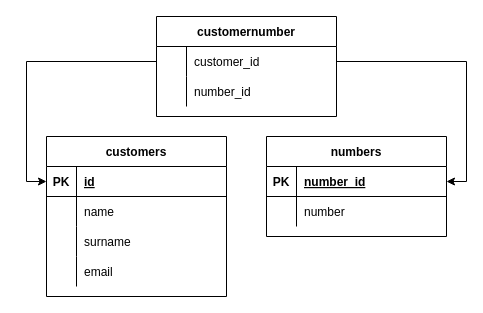
The draw.io diagram DB_Python.drawio in KeplerXIII/DB_Python, before the edit. Source tidied: cells renumbered, new cells numbered last; positions are measured from the earlier drawing's top-left corner, leaving out a move shared by most shapes. Both pictures are drawn from the tidied source at 100%, with x=0, y=0 at pixel (46, 16).
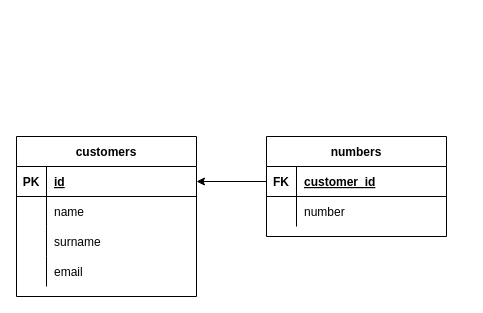
Above is the later version.

Unchanged cells that the change refers to:
```xml
<mxCell id="3" style="shape=tableRow;horizontal=0;startSize=0;swimlaneHead=0;swimlaneBody=0;fillColor=none;points=[[0,0.5],[1,0.5]];portConstraint=eastwest;top=0;left=0;right=0;bottom=1;" parent="2" vertex="1">
  <mxGeometry y="30" width="180" height="30" as="geometry" />
</mxCell>
<mxCell id="16" style="shape=tableRow;horizontal=0;startSize=0;swimlaneHead=0;swimlaneBody=0;fillColor=none;points=[[0,0.5],[1,0.5]];portConstraint=eastwest;top=0;left=0;right=0;bottom=1;" parent="15" vertex="1">
  <mxGeometry y="30" width="180" height="30" as="geometry" />
</mxCell>
```

Diff of the diagram source:
```diff
@@
     <mxCell id="2" value="customers" style="shape=table;startSize=30;childLayout=tableLayout;rowLines=0;fontStyle=1;align=center;" parent="1" vertex="1">
-      <mxGeometry y="120" width="180" height="160" as="geometry" />
+      <mxGeometry x="-30" y="120" width="180" height="160" as="geometry" />
     </mxCell>
@@
-    <mxCell id="17" value="PK" style="shape=partialRectangle;fillColor=none;top=0;left=0;bottom=0;right=0;fontStyle=1;overflow=hidden;" parent="16" vertex="1">
+    <mxCell id="17" value="FK" style="shape=partialRectangle;fillColor=none;top=0;left=0;bottom=0;right=0;fontStyle=1;overflow=hidden;" parent="16" vertex="1">
       <mxGeometry width="30" height="30" as="geometry" />
     </mxCell>
-    <mxCell id="18" value="number_id" style="shape=partialRectangle;fillColor=none;top=0;left=0;bottom=0;right=0;align=left;spacingLeft=6;fontStyle=5;overflow=hidden;" parent="16" vertex="1">
+    <mxCell id="18" value="customer_id" style="shape=partialRectangle;fillColor=none;top=0;left=0;bottom=0;right=0;align=left;spacingLeft=6;fontStyle=5;overflow=hidden;" parent="16" vertex="1">
       <mxGeometry x="30" width="150" height="30" as="geometry" />
     </mxCell>
@@
-    <mxCell id="22" value="customernumber" style="shape=table;startSize=30;childLayout=tableLayout;rowLines=0;fontStyle=1;align=center;" parent="1" vertex="1">
-      <mxGeometry x="110" width="180" height="100" as="geometry" />
-    </mxCell>
-    <mxCell id="23" style="shape=tableRow;horizontal=0;startSize=0;swimlaneHead=0;swimlaneBody=0;fillColor=none;points=[[0,0.5],[1,0.5]];portConstraint=eastwest;top=0;left=0;right=0;bottom=0;" parent="22" vertex="1">
-      <mxGeometry y="30" width="180" height="30" as="geometry" />
-    </mxCell>
-    <mxCell id="24" style="shape=partialRectangle;fillColor=none;top=0;left=0;bottom=0;right=0;overflow=hidden;" parent="23" vertex="1">
-      <mxGeometry width="30" height="30" as="geometry" />
-    </mxCell>
-    <mxCell id="25" value="customer_id" style="shape=partialRectangle;fillColor=none;top=0;left=0;bottom=0;right=0;align=left;spacingLeft=6;overflow=hidden;" parent="23" vertex="1">
-      <mxGeometry x="30" width="150" height="30" as="geometry" />
-    </mxCell>
-    <mxCell id="26" style="shape=tableRow;horizontal=0;startSize=0;swimlaneHead=0;swimlaneBody=0;fillColor=none;top=0;left=0;right=0;bottom=0;" parent="22" vertex="1">
-      <mxGeometry y="60" width="180" height="30" as="geometry" />
-    </mxCell>
-    <mxCell id="27" style="shape=partialRectangle;fillColor=none;top=0;left=0;bottom=0;right=0;overflow=hidden;" parent="26" vertex="1">
-      <mxGeometry width="30" height="30" as="geometry" />
-    </mxCell>
-    <mxCell id="28" value="number_id" style="shape=partialRectangle;fillColor=none;top=0;left=0;bottom=0;right=0;align=left;spacingLeft=6;overflow=hidden;" parent="26" vertex="1">
-      <mxGeometry x="30" width="150" height="30" as="geometry" />
-    </mxCell>
-    <mxCell id="29" style="edgeStyle=orthogonalEdgeStyle;rounded=0;jettySize=auto;html=1;entryX=0;entryY=0.5;entryDx=0;entryDy=0;" parent="1" edge="1" source="23" target="3">
-      <mxGeometry relative="1" as="geometry" />
-    </mxCell>
-    <mxCell id="30" style="edgeStyle=orthogonalEdgeStyle;rounded=0;jettySize=auto;html=1;entryX=1;entryY=0.5;entryDx=0;entryDy=0;" parent="1" edge="1" source="23" target="16">
-      <mxGeometry relative="1" as="geometry" />
-    </mxCell>
+    <mxCell id="31" style="edgeStyle=orthogonalEdgeStyle;rounded=0;jettySize=auto;html=1;entryX=1;entryY=0.5;entryDx=0;entryDy=0;" parent="1" edge="1" source="16" target="3">
+      <mxGeometry relative="1" as="geometry" />
+    </mxCell>
```
